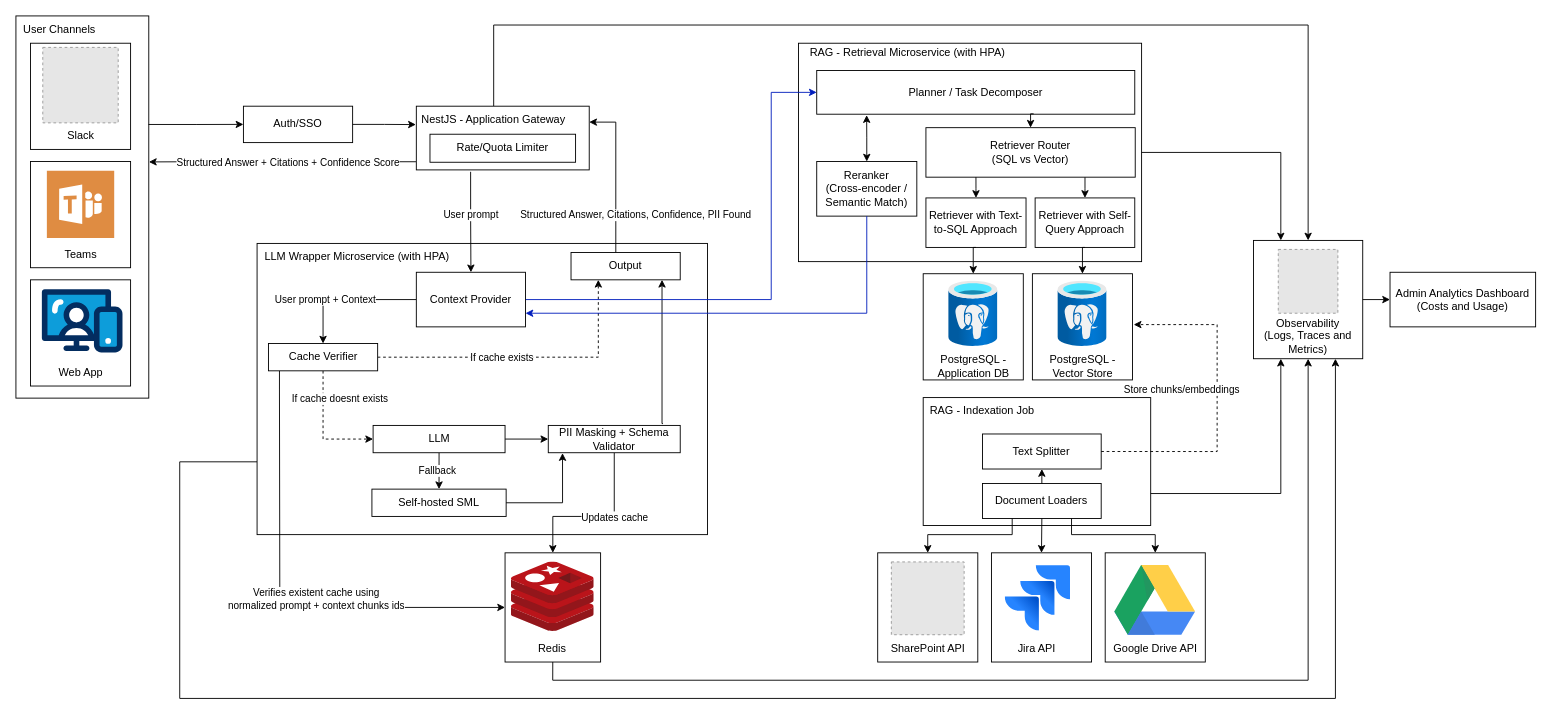
Earlier version of the draw.io diagram diagrams/large.drawio (caribeedu/ai-powered-knowledge-assistant). Source tidied: cells renumbered, new cells numbered last; positions are measured from the earlier drawing's top-left corner, leaving out a move shared by most shapes. Both pictures are drawn from the tidied source at 91%, with x=0, y=0 at pixel (15, 15). Pictures stored in the file or linked from it are replaced by grey dashed boxes.
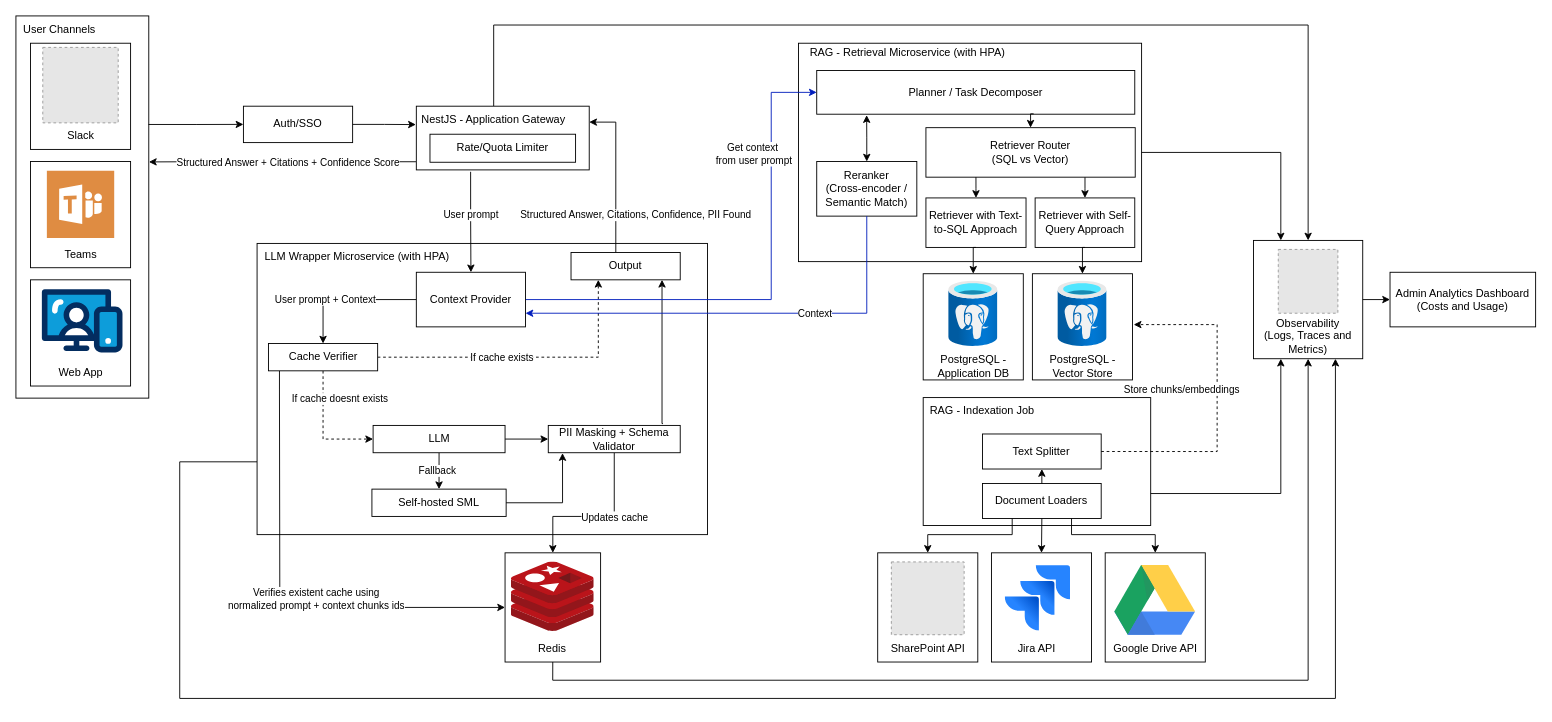
The same diagram, later.

Commit message (it also covers changes not shown here):
fix: add missing arrows descriptions at large overview

The change refers to these unchanged cells:
```xml
<mxCell id="106" style="edgeStyle=orthogonalEdgeStyle;rounded=0;jettySize=auto;html=1;exitX=1;exitY=0.5;exitDx=0;exitDy=0;fillColor=#0050ef;strokeColor=#001DBC;entryX=0;entryY=0.5;entryDx=0;entryDy=0;" parent="1" edge="1" source="107" target="41">
  <mxGeometry relative="1" as="geometry">
    <Array as="points">
      <mxPoint x="830" y="312" />
      <mxPoint x="830" y="84" />
    </Array>
  </mxGeometry>
</mxCell>
<mxCell id="114" style="edgeStyle=orthogonalEdgeStyle;rounded=0;jettySize=auto;html=1;exitX=0.5;exitY=1;exitDx=0;exitDy=0;entryX=1;entryY=0.75;entryDx=0;entryDy=0;fillColor=#0050ef;strokeColor=#001DBC;" parent="1" edge="1" source="43" target="107">
  <mxGeometry relative="1" as="geometry" />
</mxCell>
```

Change to the diagram source:
```diff
@@
+    <mxCell id="115" value="Get context&amp;nbsp;&lt;br&gt;from user prompt" style="edgeLabel;html=1;align=center;verticalAlign=middle;" parent="106" vertex="1">
+      <mxGeometry x="0.55" y="-1" relative="1" as="geometry">
+        <mxPoint x="-21" y="-6" as="offset" />
+      </mxGeometry>
+    </mxCell>
@@
+    <mxCell id="116" value="Context" style="edgeLabel;html=1;align=center;verticalAlign=middle;" parent="114" vertex="1">
+      <mxGeometry x="-0.32" relative="1" as="geometry" />
+    </mxCell>
```
